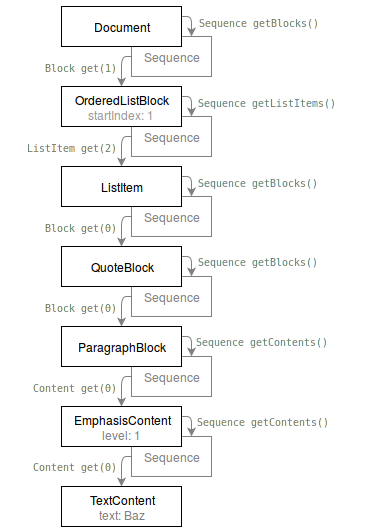
Above: 1.0/resource/markdom-navigation-down.png in markdom/specification (draw.io), before the change. Source tidied: cells renumbered, new cells last; positions are measured from the earlier drawing's top-left corner, leaving out a move shared by most shapes.
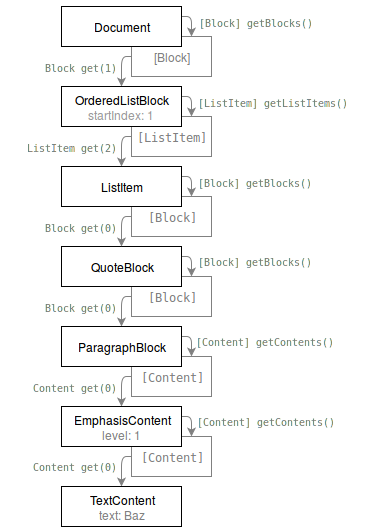
After the commit.

Diff of the diagram source:
```diff
@@ -5,34 +5,34 @@
     <mxCell id="2" style="edgeStyle=orthogonalEdgeStyle;rounded=1;html=1;exitX=0;exitY=0.5;entryX=0.5;entryY=0;startArrow=none;startFill=0;endArrow=classic;endFill=1;jettySize=auto;strokeColor=#808080;strokeWidth=1;fontSize=10;fontColor=#808080;" parent="1" edge="1" source="3" target="23">
       <mxGeometry x="780" y="490" as="geometry" />
     </mxCell>
-    <mxCell id="3" value="Sequence" style="whiteSpace=wrap;html=1;strokeColor=#808080;fontColor=#808080;" parent="1" vertex="1">
+    <mxCell id="3" value="&lt;pre&gt;&lt;font color=&quot;#808080&quot;&gt;&lt;font color=&quot;#808080&quot;&gt;[Content]&lt;/font&gt;&lt;/font&gt;&lt;/pre&gt;" style="whiteSpace=wrap;html=1;strokeColor=#808080;fontColor=#808080;" parent="1" vertex="1">
       <mxGeometry x="130" y="435" width="80" height="40" as="geometry" />
     </mxCell>
     <mxCell id="4" style="edgeStyle=orthogonalEdgeStyle;rounded=1;html=1;exitX=0;exitY=0.5;entryX=0.5;entryY=0;startArrow=none;startFill=0;endArrow=classic;endFill=1;jettySize=auto;strokeColor=#808080;strokeWidth=1;fontSize=10;fontColor=#808080;" parent="1" edge="1" source="5" target="25">
       <mxGeometry x="780" y="410" as="geometry" />
     </mxCell>
-    <mxCell id="5" value="Sequence" style="whiteSpace=wrap;html=1;strokeColor=#808080;fontColor=#808080;" parent="1" vertex="1">
+    <mxCell id="5" value="&lt;pre&gt;&lt;font color=&quot;#808080&quot;&gt;&lt;font color=&quot;#808080&quot;&gt;[Content]&lt;/font&gt;&lt;/font&gt;&lt;/pre&gt;" style="whiteSpace=wrap;html=1;strokeColor=#808080;fontColor=#808080;" parent="1" vertex="1">
       <mxGeometry x="130" y="355" width="80" height="40" as="geometry" />
     </mxCell>
     <mxCell id="6" style="edgeStyle=orthogonalEdgeStyle;rounded=1;html=1;exitX=0;exitY=0.5;entryX=0.5;entryY=0;startArrow=none;startFill=0;endArrow=classic;endFill=1;jettySize=auto;strokeColor=#808080;strokeWidth=1;fontSize=10;fontColor=#808080;" parent="1" edge="1" source="7" target="22">
       <mxGeometry x="780" y="330" as="geometry" />
     </mxCell>
-    <mxCell id="7" value="Sequence" style="whiteSpace=wrap;html=1;strokeColor=#808080;fontColor=#808080;" parent="1" vertex="1">
+    <mxCell id="7" value="&lt;pre&gt;&lt;font color=&quot;#808080&quot;&gt;[Block]&lt;/font&gt;&lt;/pre&gt;" style="whiteSpace=wrap;html=1;strokeColor=#808080;fontColor=#808080;" parent="1" vertex="1">
       <mxGeometry x="130" y="275" width="80" height="40" as="geometry" />
     </mxCell>
-    <mxCell id="8" value="Sequence" style="whiteSpace=wrap;html=1;strokeColor=#808080;fontColor=#808080;" parent="1" vertex="1">
+    <mxCell id="8" value="&lt;pre&gt;&lt;font color=&quot;#808080&quot;&gt;[Block]&lt;/font&gt;&lt;/pre&gt;" style="whiteSpace=wrap;html=1;strokeColor=#808080;fontColor=#808080;" parent="1" vertex="1">
       <mxGeometry x="130" y="195" width="80" height="40" as="geometry" />
     </mxCell>
     <mxCell id="9" style="edgeStyle=orthogonalEdgeStyle;rounded=1;html=1;exitX=0;exitY=0.5;entryX=0.5;entryY=0;startArrow=none;startFill=0;endArrow=classic;endFill=1;jettySize=auto;strokeColor=#808080;strokeWidth=1;fontSize=10;fontColor=#808080;" parent="1" edge="1" source="10" target="18">
       <mxGeometry x="780" y="170" as="geometry" />
     </mxCell>
-    <mxCell id="10" value="Sequence" style="whiteSpace=wrap;html=1;strokeColor=#808080;fontColor=#808080;" parent="1" vertex="1">
+    <mxCell id="10" value="&lt;pre&gt;&lt;font color=&quot;#808080&quot;&gt;[ListItem]&lt;/font&gt;&lt;/pre&gt;" style="whiteSpace=wrap;html=1;strokeColor=#808080;fontColor=#808080;" parent="1" vertex="1">
       <mxGeometry x="130" y="115" width="80" height="40" as="geometry" />
     </mxCell>
     <mxCell id="11" style="edgeStyle=orthogonalEdgeStyle;rounded=1;html=1;exitX=0;exitY=0.5;entryX=0.5;entryY=0;startArrow=none;startFill=0;endArrow=classic;endFill=1;jettySize=auto;strokeColor=#808080;strokeWidth=1;fontSize=10;fontColor=#333333;" parent="1" edge="1" source="12" target="16">
       <mxGeometry x="780" y="90" as="geometry" />
     </mxCell>
-    <mxCell id="12" value="Sequence" style="whiteSpace=wrap;html=1;strokeColor=#808080;fontColor=#808080;" parent="1" vertex="1">
+    <mxCell id="12" value="[Block]" style="whiteSpace=wrap;html=1;strokeColor=#808080;fontColor=#808080;" parent="1" vertex="1">
       <mxGeometry x="130" y="35" width="80" height="40" as="geometry" />
     </mxCell>
     <mxCell id="13" style="edgeStyle=orthogonalEdgeStyle;rounded=1;html=1;exitX=1;exitY=0.25;entryX=0.75;entryY=0;startArrow=none;startFill=0;endArrow=classic;endFill=1;jettySize=auto;strokeColor=#808080;strokeWidth=1;fontSize=10;fontColor=#333333;" parent="1" edge="1" source="14" target="12">
@@ -74,22 +74,22 @@
     <mxCell id="25" value="EmphasisContent&lt;br&gt;&lt;font color=&quot;#808080&quot;&gt;level: 1&lt;/font&gt;&lt;br&gt;" style="whiteSpace=wrap;html=1;" parent="1" vertex="1">
       <mxGeometry x="60" y="405" width="120" height="40" as="geometry" />
     </mxCell>
-    <mxCell id="26" value="&lt;div align=&quot;left&quot;&gt;&lt;pre&gt;&lt;font style=&quot;font-size: 10px&quot; color=&quot;#808080&quot;&gt;Sequence getBlocks()&lt;/font&gt;&lt;/pre&gt;&lt;/div&gt;" style="text;html=1;strokeColor=none;fillColor=none;align=left;verticalAlign=middle;whiteSpace=wrap;overflow=hidden;fontSize=11;" parent="1" vertex="1">
+    <mxCell id="26" value="&lt;div align=&quot;left&quot;&gt;&lt;pre&gt;&lt;font style=&quot;font-size: 10px&quot; color=&quot;#808080&quot;&gt;[Block] getBlocks()&lt;/font&gt;&lt;/pre&gt;&lt;/div&gt;" style="text;html=1;strokeColor=none;fillColor=none;align=left;verticalAlign=middle;whiteSpace=wrap;overflow=hidden;fontSize=11;" parent="1" vertex="1">
       <mxGeometry x="196" width="175" height="40" as="geometry" />
     </mxCell>
-    <mxCell id="27" value="&lt;div align=&quot;left&quot;&gt;&lt;pre&gt;&lt;font style=&quot;font-size: 10px&quot; color=&quot;#808080&quot;&gt;Sequence getListItems()&lt;/font&gt;&lt;/pre&gt;&lt;/div&gt;" style="text;html=1;strokeColor=none;fillColor=none;align=left;verticalAlign=middle;whiteSpace=wrap;overflow=hidden;fontSize=11;" parent="1" vertex="1">
+    <mxCell id="27" value="&lt;div align=&quot;left&quot;&gt;&lt;pre&gt;&lt;font style=&quot;font-size: 10px&quot; color=&quot;#808080&quot;&gt;[ListItem] getListItems()&lt;/font&gt;&lt;/pre&gt;&lt;/div&gt;" style="text;html=1;strokeColor=none;fillColor=none;align=left;verticalAlign=middle;whiteSpace=wrap;overflow=hidden;fontSize=11;" parent="1" vertex="1">
       <mxGeometry x="195" y="80" width="175" height="40" as="geometry" />
     </mxCell>
-    <mxCell id="28" value="&lt;div align=&quot;left&quot;&gt;&lt;pre&gt;&lt;font style=&quot;font-size: 10px&quot; color=&quot;#808080&quot;&gt;Sequence getBlocks()&lt;/font&gt;&lt;/pre&gt;&lt;/div&gt;" style="text;html=1;strokeColor=none;fillColor=none;align=left;verticalAlign=middle;whiteSpace=wrap;overflow=hidden;fontSize=11;" parent="1" vertex="1">
+    <mxCell id="28" value="&lt;div align=&quot;left&quot;&gt;&lt;pre&gt;&lt;font style=&quot;font-size: 10px&quot; color=&quot;#808080&quot;&gt;[Block] getBlocks()&lt;/font&gt;&lt;/pre&gt;&lt;/div&gt;" style="text;html=1;strokeColor=none;fillColor=none;align=left;verticalAlign=middle;whiteSpace=wrap;overflow=hidden;fontSize=11;" parent="1" vertex="1">
       <mxGeometry x="195" y="160" width="175" height="40" as="geometry" />
     </mxCell>
-    <mxCell id="29" value="&lt;div align=&quot;left&quot;&gt;&lt;pre&gt;&lt;font style=&quot;font-size: 10px&quot; color=&quot;#808080&quot;&gt;Sequence getBlocks()&lt;/font&gt;&lt;/pre&gt;&lt;/div&gt;" style="text;html=1;strokeColor=none;fillColor=none;align=left;verticalAlign=middle;whiteSpace=wrap;overflow=hidden;fontSize=11;" parent="1" vertex="1">
+    <mxCell id="29" value="&lt;div align=&quot;left&quot;&gt;&lt;pre&gt;&lt;font style=&quot;font-size: 10px&quot; color=&quot;#808080&quot;&gt;&lt;font color=&quot;#808080&quot;&gt;[Block]&lt;/font&gt; getBlocks()&lt;/font&gt;&lt;/pre&gt;&lt;/div&gt;" style="text;html=1;strokeColor=none;fillColor=none;align=left;verticalAlign=middle;whiteSpace=wrap;overflow=hidden;fontSize=11;" parent="1" vertex="1">
       <mxGeometry x="195" y="239.9" width="175" height="40" as="geometry" />
     </mxCell>
-    <mxCell id="30" value="&lt;div align=&quot;left&quot;&gt;&lt;pre&gt;&lt;font style=&quot;font-size: 10px&quot; color=&quot;#808080&quot;&gt;Sequence getContents()&lt;/font&gt;&lt;/pre&gt;&lt;/div&gt;" style="text;html=1;strokeColor=none;fillColor=none;align=left;verticalAlign=middle;whiteSpace=wrap;overflow=hidden;fontSize=11;" parent="1" vertex="1">
+    <mxCell id="30" value="&lt;div align=&quot;left&quot;&gt;&lt;pre&gt;&lt;font style=&quot;font-size: 10px&quot; color=&quot;#808080&quot;&gt;&lt;font color=&quot;#808080&quot;&gt;[Content]&lt;/font&gt; getContents()&lt;/font&gt;&lt;/pre&gt;&lt;/div&gt;" style="text;html=1;strokeColor=none;fillColor=none;align=left;verticalAlign=middle;whiteSpace=wrap;overflow=hidden;fontSize=11;" parent="1" vertex="1">
       <mxGeometry x="193" y="319.9" width="175" height="40" as="geometry" />
     </mxCell>
-    <mxCell id="31" value="&lt;div align=&quot;left&quot;&gt;&lt;pre&gt;&lt;font style=&quot;font-size: 10px&quot; color=&quot;#808080&quot;&gt;Sequence getContents()&lt;/font&gt;&lt;/pre&gt;&lt;/div&gt;" style="text;html=1;strokeColor=none;fillColor=none;align=left;verticalAlign=middle;whiteSpace=wrap;overflow=hidden;fontSize=11;" parent="1" vertex="1">
+    <mxCell id="31" value="&lt;div align=&quot;left&quot;&gt;&lt;pre&gt;&lt;font style=&quot;font-size: 10px&quot; color=&quot;#808080&quot;&gt;&lt;font color=&quot;#808080&quot;&gt;&lt;font color=&quot;#808080&quot;&gt;[Content]&lt;/font&gt;&lt;/font&gt; getContents()&lt;/font&gt;&lt;/pre&gt;&lt;/div&gt;" style="text;html=1;strokeColor=none;fillColor=none;align=left;verticalAlign=middle;whiteSpace=wrap;overflow=hidden;fontSize=11;" parent="1" vertex="1">
       <mxGeometry x="194" y="399.8" width="175" height="40" as="geometry" />
     </mxCell>
     <mxCell id="32" value="&lt;div align=&quot;left&quot;&gt;&lt;pre&gt;&lt;font style=&quot;font-size: 10px&quot; color=&quot;#808080&quot;&gt;Block get(1)&lt;/font&gt;&lt;/pre&gt;&lt;/div&gt;" style="text;html=1;strokeColor=none;fillColor=none;align=right;verticalAlign=middle;whiteSpace=wrap;overflow=hidden;fontSize=11;" parent="1" vertex="1">
```
